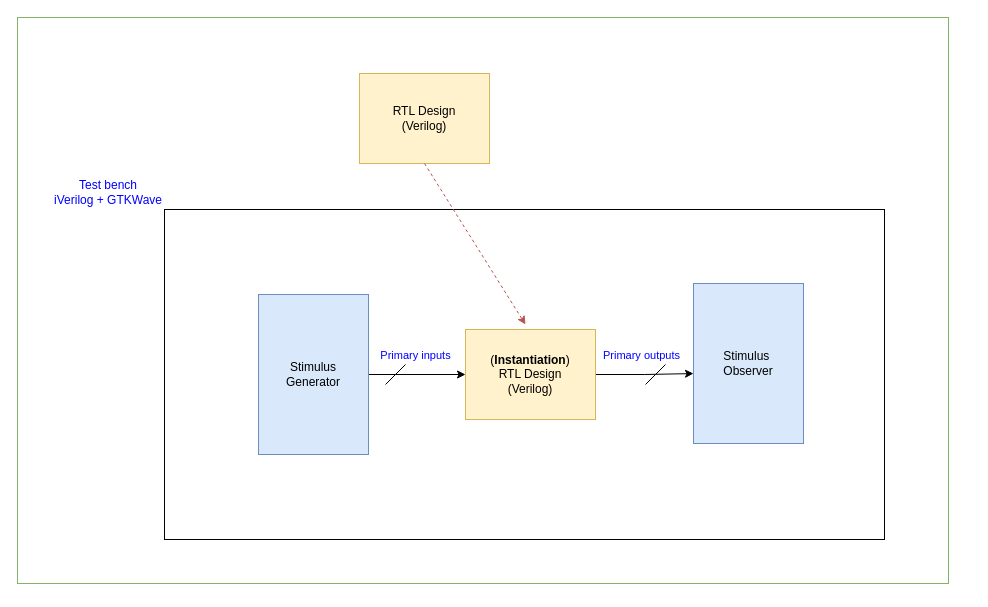
Above: page "Page-1" (1 of 2) of assets/diagrams.drawio in kambadur/sky130RTLDesignAndSynthesisWorkshop (draw.io), before the change. Source tidied: cells renumbered, new cells numbered last; positions are measured from the earlier drawing's top-left corner, leaving out a move shared by most shapes. Both pictures are drawn from the tidied source at 100%, with x=0, y=0 at pixel (17, 17).
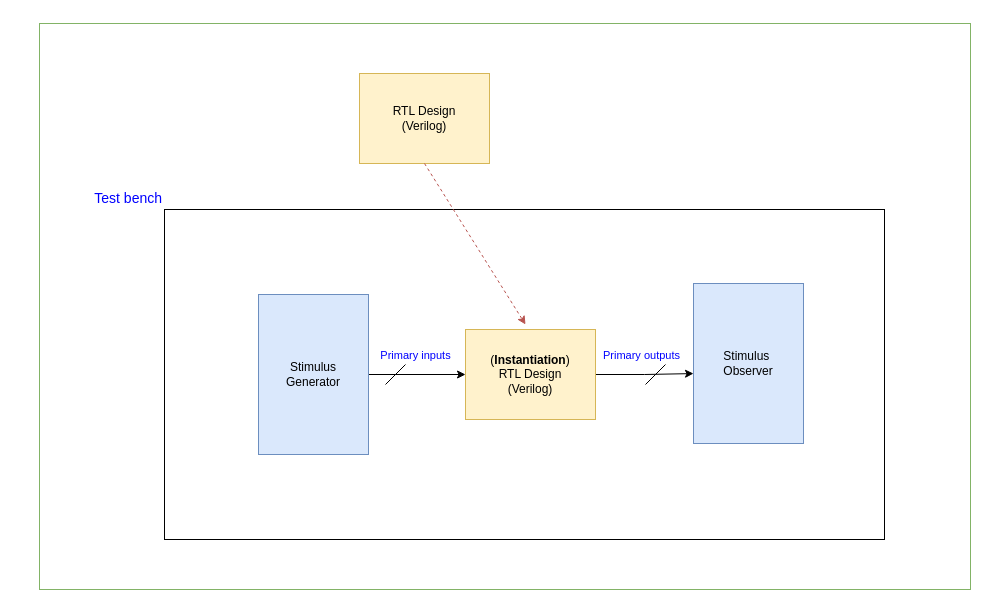
The same diagram, later.

Diff of the diagram source:
```diff
@@
 <mxGraphModel>
   <root>
     <mxCell id="0" />
     <mxCell id="1" parent="0" />
     <mxCell id="2" value="RTL Design&lt;br&gt;(Verilog)" style="rounded=0;whiteSpace=wrap;html=1;fillColor=#fff2cc;strokeColor=#d6b656;" parent="1" vertex="1">
       <mxGeometry x="342" y="56" width="130" height="90" as="geometry" />
     </mxCell>
-    <mxCell id="3" value="&lt;div style=&quot;text-align: center&quot;&gt;&lt;span&gt;&lt;font color=&quot;#0000ff&quot;&gt;Test bench&lt;/font&gt;&lt;/span&gt;&lt;/div&gt;&lt;font color=&quot;#0000ff&quot;&gt;iVerilog + GTKWave&lt;/font&gt;" style="rounded=0;whiteSpace=wrap;html=1;labelPosition=left;verticalLabelPosition=top;align=right;verticalAlign=bottom;horizontal=1;" parent="1" vertex="1">
+    <mxCell id="3" value="&lt;div style=&quot;text-align: center; font-size: 14px;&quot;&gt;&lt;/div&gt;&lt;font color=&quot;#0000ff&quot; style=&quot;font-size: 14px;&quot;&gt;Test bench&lt;/font&gt;" style="rounded=0;whiteSpace=wrap;html=1;labelPosition=left;verticalLabelPosition=top;align=right;verticalAlign=bottom;horizontal=1;fontSize=14;" parent="1" vertex="1">
       <mxGeometry x="147" y="192" width="720" height="330" as="geometry" />
     </mxCell>
     <mxCell id="4" style="edgeStyle=orthogonalEdgeStyle;rounded=0;jettySize=auto;html=1;entryX=0;entryY=0.563;entryDx=0;entryDy=0;entryPerimeter=0;" parent="1" edge="1" source="5" target="9">
       <mxGeometry relative="1" as="geometry" />
     </mxCell>
     <mxCell id="5" value="(&lt;b&gt;Instantiation&lt;/b&gt;)&lt;br&gt;RTL Design&lt;br&gt;(Verilog)" style="rounded=0;whiteSpace=wrap;html=1;fillColor=#fff2cc;strokeColor=#d6b656;" parent="1" vertex="1">
       <mxGeometry x="448" y="312" width="130" height="90" as="geometry" />
     </mxCell>
     <mxCell id="6" style="edgeStyle=orthogonalEdgeStyle;rounded=0;jettySize=auto;html=1;entryX=0;entryY=0.5;entryDx=0;entryDy=0;" parent="1" edge="1" source="8" target="5">
       <mxGeometry relative="1" as="geometry" />
     </mxCell>
     <mxCell id="7" value="Primary inputs" style="edgeLabel;html=1;align=center;verticalAlign=middle;fontColor=#0000FF;rounded=0;" parent="6" vertex="1">
       <mxGeometry x="-0.32" y="1" relative="1" as="geometry">
         <mxPoint x="13" y="-19" as="offset" />
       </mxGeometry>
     </mxCell>
     <mxCell id="8" value="Stimulus &lt;br&gt;Generator" style="rounded=0;whiteSpace=wrap;html=1;fillColor=#dae8fc;strokeColor=#6c8ebf;" parent="1" vertex="1">
       <mxGeometry x="241" y="277" width="110" height="160" as="geometry" />
     </mxCell>
     <mxCell id="9" value="Stimulus&amp;nbsp;&lt;br&gt;Observer" style="rounded=0;whiteSpace=wrap;html=1;fillColor=#dae8fc;strokeColor=#6c8ebf;" parent="1" vertex="1">
       <mxGeometry x="676" y="266" width="110" height="160" as="geometry" />
     </mxCell>
     <mxCell id="10" style="endArrow=none;html=1;rounded=0;" parent="1" edge="1">
       <mxGeometry relative="1" as="geometry">
         <mxPoint x="368" y="367" as="sourcePoint" />
         <mxPoint x="388" y="347" as="targetPoint" />
       </mxGeometry>
     </mxCell>
     <mxCell id="11" style="endArrow=none;html=1;rounded=0;" parent="1" edge="1">
       <mxGeometry relative="1" as="geometry">
         <mxPoint x="628" y="367" as="sourcePoint" />
         <mxPoint x="648" y="347" as="targetPoint" />
       </mxGeometry>
     </mxCell>
     <mxCell id="12" style="endArrow=classic;html=1;rounded=0;exitX=0.5;exitY=1;exitDx=0;exitDy=0;fillColor=#f8cecc;strokeColor=#b85450;dashed=1;" parent="1" edge="1" source="2">
       <mxGeometry relative="1" as="geometry">
         <mxPoint x="508" y="307" as="targetPoint" />
       </mxGeometry>
     </mxCell>
     <mxCell id="13" value="Primary outputs" style="edgeLabel;html=1;align=center;verticalAlign=middle;fontColor=#0000FF;rounded=0;" parent="1" vertex="1">
       <mxGeometry x="643" y="337" as="geometry">
         <mxPoint x="-20" as="offset" />
       </mxGeometry>
     </mxCell>
     <mxCell id="14" style="rounded=0;whiteSpace=wrap;html=1;fillColor=none;strokeColor=#82b366;gradientColor=#ffffff;" parent="1" vertex="1">
-      <mxGeometry width="931" height="566" as="geometry" />
+      <mxGeometry x="22" y="6" width="931" height="566" as="geometry" />
     </mxCell>
   </root>
 </mxGraphModel>
```
